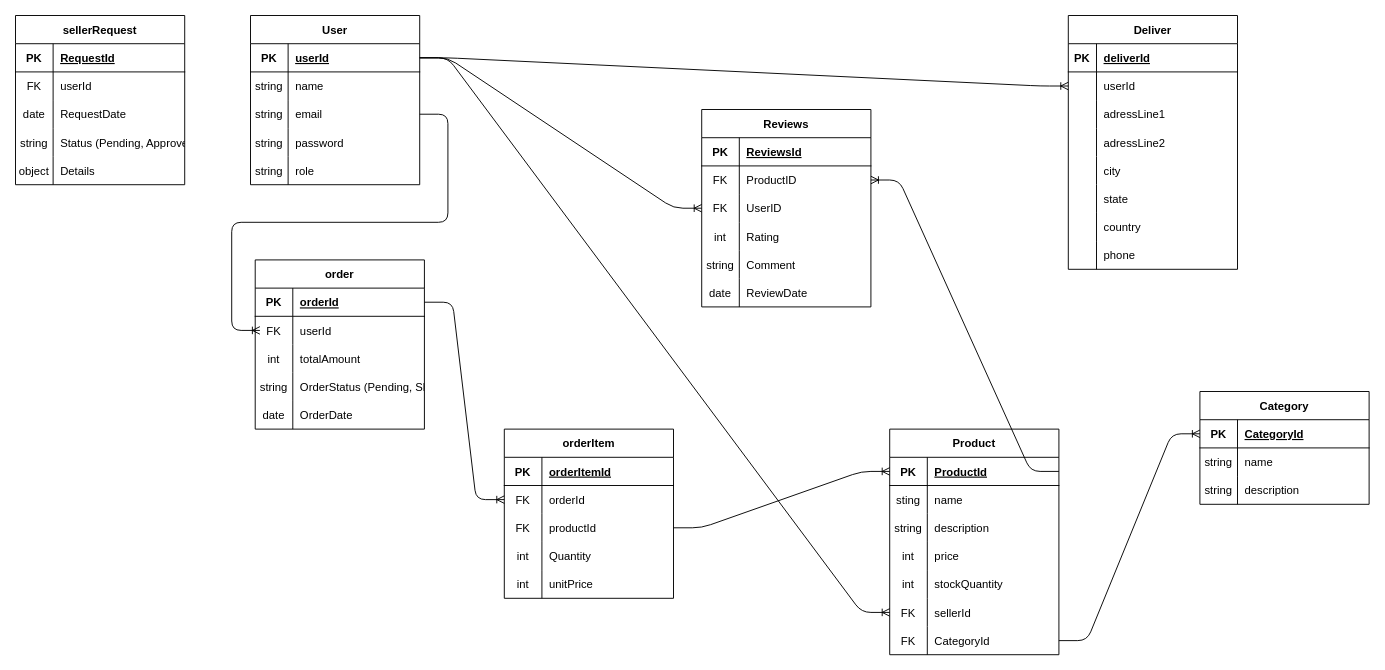
Before: docs/ERD.drawio in Ahmed-Hossam-1/ecommerce, a draw.io diagram. Source tidied: cells renumbered, new cells numbered last; positions are measured from the earlier drawing's top-left corner, leaving out a move shared by most shapes. Both pictures are drawn from the tidied source at 94%, with x=0, y=0 at pixel (15, 15).
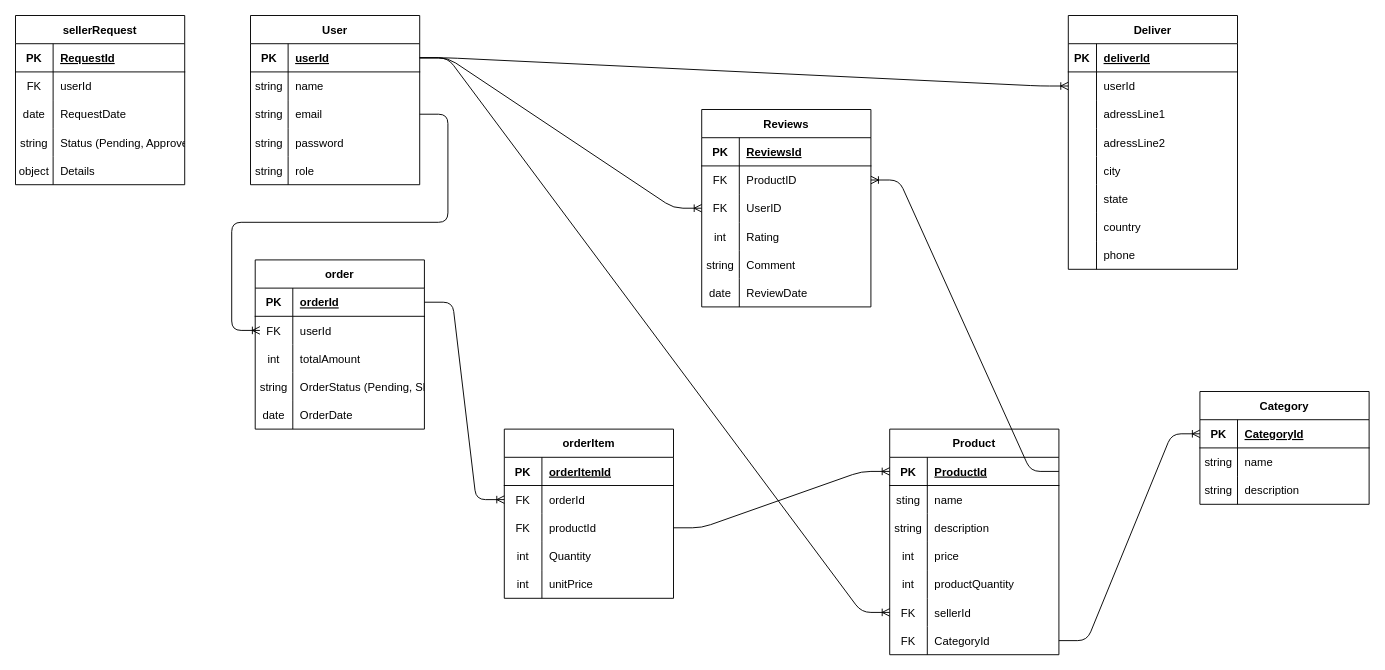
Above is the later version.

Unchanged cells that the change refers to:
```xml
<mxCell id="41" style="shape=tableRow;horizontal=0;startSize=0;swimlaneHead=0;swimlaneBody=0;fillColor=none;top=0;left=0;right=0;bottom=0;" parent="28" vertex="1">
  <mxGeometry y="150" width="180" height="30" as="geometry" />
</mxCell>
```

What changed in the source:
```diff
@@
-    <mxCell id="43" value="stockQuantity" style="shape=partialRectangle;fillColor=none;top=0;left=0;bottom=0;right=0;align=left;spacingLeft=6;overflow=hidden;" parent="41" vertex="1">
+    <mxCell id="43" value="productQuantity" style="shape=partialRectangle;fillColor=none;top=0;left=0;bottom=0;right=0;align=left;spacingLeft=6;overflow=hidden;" parent="41" vertex="1">
       <mxGeometry x="40" width="140" height="30" as="geometry" />
     </mxCell>
```
